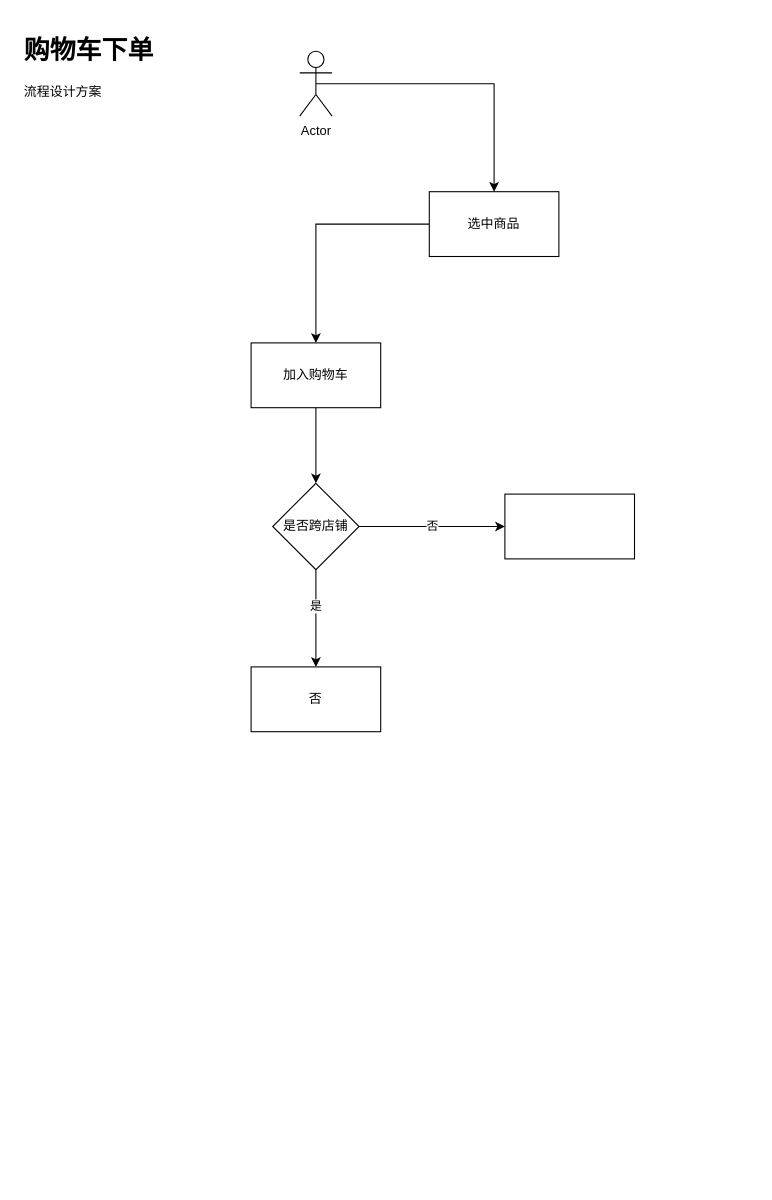
This is space1/工作草图.drawio from naccoit/drawio, a draw.io file, before an edit. Source tidied: cells renumbered, new cells numbered last; positions are measured from the earlier drawing's top-left corner, leaving out a move shared by most shapes. Both pictures are drawn from the tidied source at 108%, with x=0, y=0 at pixel (18, 29).
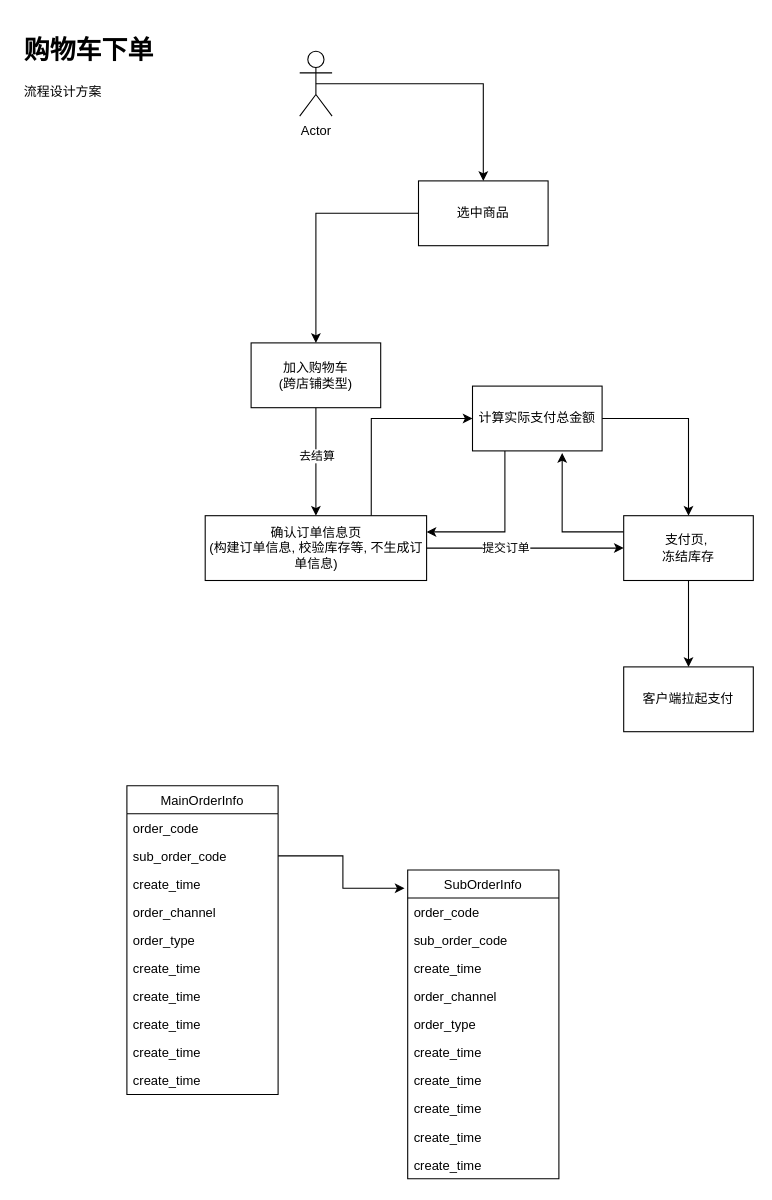
The same diagram, later.

Commit message:
更新工作草图.drawio

Change to the diagram source:
```diff
@@
     <mxCell id="6" value="选中商品" style="rounded=0;whiteSpace=wrap;html=1;" parent="1" vertex="1">
-      <mxGeometry x="380" y="150" width="120" height="60" as="geometry" />
+      <mxGeometry x="370" y="140" width="120" height="60" as="geometry" />
     </mxCell>
-    <mxCell id="7" style="edgeStyle=orthogonalEdgeStyle;rounded=0;jettySize=auto;html=1;" parent="1" edge="1" source="8" target="12">
-      <mxGeometry relative="1" as="geometry" />
-    </mxCell>
+    <mxCell id="15" style="edgeStyle=orthogonalEdgeStyle;rounded=0;jettySize=auto;html=1;" parent="1" edge="1" source="8" target="43">
+      <mxGeometry relative="1" as="geometry" />
+    </mxCell>
+    <mxCell id="16" value="去结算" style="edgeLabel;html=1;align=center;verticalAlign=middle;" parent="15" vertex="1">
+      <mxGeometry x="-0.12" relative="1" as="geometry" />
+    </mxCell>
-    <mxCell id="8" value="加入购物车" style="whiteSpace=wrap;html=1;rounded=0;" parent="1" vertex="1">
+    <mxCell id="8" value="加入购物车&lt;br&gt;(跨店铺类型)" style="whiteSpace=wrap;html=1;rounded=0;" parent="1" vertex="1">
       <mxGeometry x="215" y="290" width="120" height="60" as="geometry" />
     </mxCell>
-    <mxCell id="9" style="edgeStyle=orthogonalEdgeStyle;rounded=0;jettySize=auto;html=1;" parent="1" edge="1" source="12" target="13">
-      <mxGeometry relative="1" as="geometry" />
-    </mxCell>
-    <mxCell id="10" value="是" style="edgeLabel;html=1;align=center;verticalAlign=middle;" parent="9" vertex="1">
-      <mxGeometry x="-0.27" y="-1" relative="1" as="geometry" />
-    </mxCell>
-    <mxCell id="11" value="否" style="edgeStyle=orthogonalEdgeStyle;rounded=0;jettySize=auto;html=1;" parent="1" edge="1" source="12" target="14">
-      <mxGeometry relative="1" as="geometry" />
-    </mxCell>
-    <mxCell id="12" value="是否跨店铺" style="rhombus;whiteSpace=wrap;html=1;rounded=0;" parent="1" vertex="1">
-      <mxGeometry x="235" y="420" width="80" height="80" as="geometry" />
-    </mxCell>
-    <mxCell id="13" value="否" style="whiteSpace=wrap;html=1;rounded=0;" parent="1" vertex="1">
-      <mxGeometry x="215" y="590" width="120" height="60" as="geometry" />
-    </mxCell>
-    <mxCell id="14" style="whiteSpace=wrap;html=1;rounded=0;" parent="1" vertex="1">
-      <mxGeometry x="450" y="430" width="120" height="60" as="geometry" />
-    </mxCell>
+    <mxCell id="17" value="MainOrderInfo" style="swimlane;fontStyle=0;horizontal=1;startSize=26;" parent="1" vertex="1">
+      <mxGeometry x="100" y="700" width="140" height="286" as="geometry" />
+    </mxCell>
+    <mxCell id="18" value="order_code" style="text;strokeColor=none;fillColor=none;align=left;verticalAlign=top;spacingLeft=4;spacingRight=4;overflow=hidden;" parent="17" vertex="1">
+      <mxGeometry y="26" width="140" height="26" as="geometry" />
+    </mxCell>
+    <mxCell id="19" value="sub_order_code" style="text;strokeColor=none;fillColor=none;align=left;verticalAlign=top;spacingLeft=4;spacingRight=4;overflow=hidden;points=[[0,0.5],[1,0.5]];portConstraint=eastwest;" parent="17" vertex="1">
+      <mxGeometry y="52" width="140" height="26" as="geometry" />
+    </mxCell>
+    <mxCell id="20" value="create_time" style="text;strokeColor=none;fillColor=none;align=left;verticalAlign=top;spacingLeft=4;spacingRight=4;overflow=hidden;" parent="17" vertex="1">
+      <mxGeometry y="78" width="140" height="26" as="geometry" />
+    </mxCell>
+    <mxCell id="21" value="order_channel" style="text;strokeColor=none;fillColor=none;align=left;verticalAlign=top;spacingLeft=4;spacingRight=4;overflow=hidden;" parent="17" vertex="1">
+      <mxGeometry y="104" width="140" height="26" as="geometry" />
+    </mxCell>
+    <mxCell id="22" value="order_type" style="text;strokeColor=none;fillColor=none;align=left;verticalAlign=top;spacingLeft=4;spacingRight=4;overflow=hidden;" parent="17" vertex="1">
+      <mxGeometry y="130" width="140" height="26" as="geometry" />
+    </mxCell>
+    <mxCell id="23" value="create_time" style="text;strokeColor=none;fillColor=none;align=left;verticalAlign=top;spacingLeft=4;spacingRight=4;overflow=hidden;" parent="17" vertex="1">
+      <mxGeometry y="156" width="140" height="26" as="geometry" />
+    </mxCell>
+    <mxCell id="24" value="create_time" style="text;strokeColor=none;fillColor=none;align=left;verticalAlign=top;spacingLeft=4;spacingRight=4;overflow=hidden;" parent="17" vertex="1">
+      <mxGeometry y="182" width="140" height="26" as="geometry" />
+    </mxCell>
+    <mxCell id="25" value="create_time" style="text;strokeColor=none;fillColor=none;align=left;verticalAlign=top;spacingLeft=4;spacingRight=4;overflow=hidden;" parent="17" vertex="1">
+      <mxGeometry y="208" width="140" height="26" as="geometry" />
+    </mxCell>
+    <mxCell id="26" value="create_time" style="text;strokeColor=none;fillColor=none;align=left;verticalAlign=top;spacingLeft=4;spacingRight=4;overflow=hidden;" parent="17" vertex="1">
+      <mxGeometry y="234" width="140" height="26" as="geometry" />
+    </mxCell>
+    <mxCell id="27" value="create_time" style="text;strokeColor=none;fillColor=none;align=left;verticalAlign=top;spacingLeft=4;spacingRight=4;overflow=hidden;" parent="17" vertex="1">
+      <mxGeometry y="260" width="140" height="26" as="geometry" />
+    </mxCell>
+    <mxCell id="28" value="SubOrderInfo" style="swimlane;fontStyle=0;horizontal=1;startSize=26;" parent="1" vertex="1">
+      <mxGeometry x="360" y="778" width="140" height="286" as="geometry" />
+    </mxCell>
+    <mxCell id="29" value="order_code" style="text;strokeColor=none;fillColor=none;align=left;verticalAlign=top;spacingLeft=4;spacingRight=4;overflow=hidden;" parent="28" vertex="1">
+      <mxGeometry y="26" width="140" height="26" as="geometry" />
+    </mxCell>
+    <mxCell id="30" value="sub_order_code" style="text;strokeColor=none;fillColor=none;align=left;verticalAlign=top;spacingLeft=4;spacingRight=4;overflow=hidden;" parent="28" vertex="1">
+      <mxGeometry y="52" width="140" height="26" as="geometry" />
+    </mxCell>
+    <mxCell id="31" value="create_time" style="text;strokeColor=none;fillColor=none;align=left;verticalAlign=top;spacingLeft=4;spacingRight=4;overflow=hidden;" parent="28" vertex="1">
+      <mxGeometry y="78" width="140" height="26" as="geometry" />
+    </mxCell>
+    <mxCell id="32" value="order_channel" style="text;strokeColor=none;fillColor=none;align=left;verticalAlign=top;spacingLeft=4;spacingRight=4;overflow=hidden;" parent="28" vertex="1">
+      <mxGeometry y="104" width="140" height="26" as="geometry" />
+    </mxCell>
+    <mxCell id="33" value="order_type" style="text;strokeColor=none;fillColor=none;align=left;verticalAlign=top;spacingLeft=4;spacingRight=4;overflow=hidden;" parent="28" vertex="1">
+      <mxGeometry y="130" width="140" height="26" as="geometry" />
+    </mxCell>
+    <mxCell id="34" value="create_time" style="text;strokeColor=none;fillColor=none;align=left;verticalAlign=top;spacingLeft=4;spacingRight=4;overflow=hidden;" parent="28" vertex="1">
+      <mxGeometry y="156" width="140" height="26" as="geometry" />
+    </mxCell>
+    <mxCell id="35" value="create_time" style="text;strokeColor=none;fillColor=none;align=left;verticalAlign=top;spacingLeft=4;spacingRight=4;overflow=hidden;" parent="28" vertex="1">
+      <mxGeometry y="182" width="140" height="26" as="geometry" />
+    </mxCell>
+    <mxCell id="36" value="create_time" style="text;strokeColor=none;fillColor=none;align=left;verticalAlign=top;spacingLeft=4;spacingRight=4;overflow=hidden;" parent="28" vertex="1">
+      <mxGeometry y="208" width="140" height="26" as="geometry" />
+    </mxCell>
+    <mxCell id="37" value="create_time" style="text;strokeColor=none;fillColor=none;align=left;verticalAlign=top;spacingLeft=4;spacingRight=4;overflow=hidden;" parent="28" vertex="1">
+      <mxGeometry y="234" width="140" height="26" as="geometry" />
+    </mxCell>
+    <mxCell id="38" value="create_time" style="text;strokeColor=none;fillColor=none;align=left;verticalAlign=top;spacingLeft=4;spacingRight=4;overflow=hidden;" parent="28" vertex="1">
+      <mxGeometry y="260" width="140" height="26" as="geometry" />
+    </mxCell>
+    <mxCell id="39" style="edgeStyle=orthogonalEdgeStyle;rounded=0;jettySize=auto;html=1;exitX=1;exitY=0.5;exitDx=0;exitDy=0;entryX=-0.021;entryY=0.059;entryDx=0;entryDy=0;entryPerimeter=0;" parent="1" edge="1" source="19" target="28">
+      <mxGeometry relative="1" as="geometry" />
+    </mxCell>
+    <mxCell id="40" style="edgeStyle=orthogonalEdgeStyle;rounded=0;jettySize=auto;html=1;" parent="1" edge="1" source="43" target="46">
+      <mxGeometry relative="1" as="geometry" />
+    </mxCell>
+    <mxCell id="41" value="提交订单" style="edgeLabel;html=1;align=center;verticalAlign=middle;" parent="40" vertex="1">
+      <mxGeometry x="-0.2" y="1" relative="1" as="geometry" />
+    </mxCell>
+    <mxCell id="42" style="edgeStyle=orthogonalEdgeStyle;rounded=0;jettySize=auto;html=1;exitX=0.75;exitY=0;exitDx=0;exitDy=0;entryX=0;entryY=0.5;entryDx=0;entryDy=0;" parent="1" edge="1" source="43" target="49">
+      <mxGeometry relative="1" as="geometry" />
+    </mxCell>
+    <mxCell id="43" value="确认订单信息页&lt;br&gt;(构建订单信息, 校验库存等, 不生成订单信息)" style="rounded=0;whiteSpace=wrap;html=1;" parent="1" vertex="1">
+      <mxGeometry x="172.5" y="450" width="205" height="60" as="geometry" />
+    </mxCell>
+    <mxCell id="44" style="edgeStyle=orthogonalEdgeStyle;rounded=0;jettySize=auto;html=1;exitX=0;exitY=0.25;exitDx=0;exitDy=0;entryX=0.692;entryY=1.033;entryDx=0;entryDy=0;entryPerimeter=0;" parent="1" edge="1" source="46" target="49">
+      <mxGeometry relative="1" as="geometry" />
+    </mxCell>
+    <mxCell id="45" style="edgeStyle=orthogonalEdgeStyle;rounded=0;jettySize=auto;html=1;" parent="1" edge="1" source="46" target="50">
+      <mxGeometry relative="1" as="geometry" />
+    </mxCell>
+    <mxCell id="46" value="支付页,&amp;nbsp;&lt;br&gt;冻结库存" style="whiteSpace=wrap;html=1;rounded=0;" parent="1" vertex="1">
+      <mxGeometry x="560" y="450" width="120" height="60" as="geometry" />
+    </mxCell>
+    <mxCell id="47" style="edgeStyle=orthogonalEdgeStyle;rounded=0;jettySize=auto;html=1;exitX=0.25;exitY=1;exitDx=0;exitDy=0;entryX=1;entryY=0.25;entryDx=0;entryDy=0;" parent="1" edge="1" source="49" target="43">
+      <mxGeometry relative="1" as="geometry" />
+    </mxCell>
+    <mxCell id="48" style="edgeStyle=orthogonalEdgeStyle;rounded=0;jettySize=auto;html=1;exitX=1;exitY=0.5;exitDx=0;exitDy=0;entryX=0.5;entryY=0;entryDx=0;entryDy=0;" parent="1" edge="1" source="49" target="46">
+      <mxGeometry relative="1" as="geometry" />
+    </mxCell>
+    <mxCell id="49" value="计算实际支付总金额" style="rounded=0;whiteSpace=wrap;html=1;" parent="1" vertex="1">
+      <mxGeometry x="420" y="330" width="120" height="60" as="geometry" />
+    </mxCell>
+    <mxCell id="50" value="客户端拉起支付" style="whiteSpace=wrap;html=1;rounded=0;" parent="1" vertex="1">
+      <mxGeometry x="560" y="590" width="120" height="60" as="geometry" />
+    </mxCell>
```
